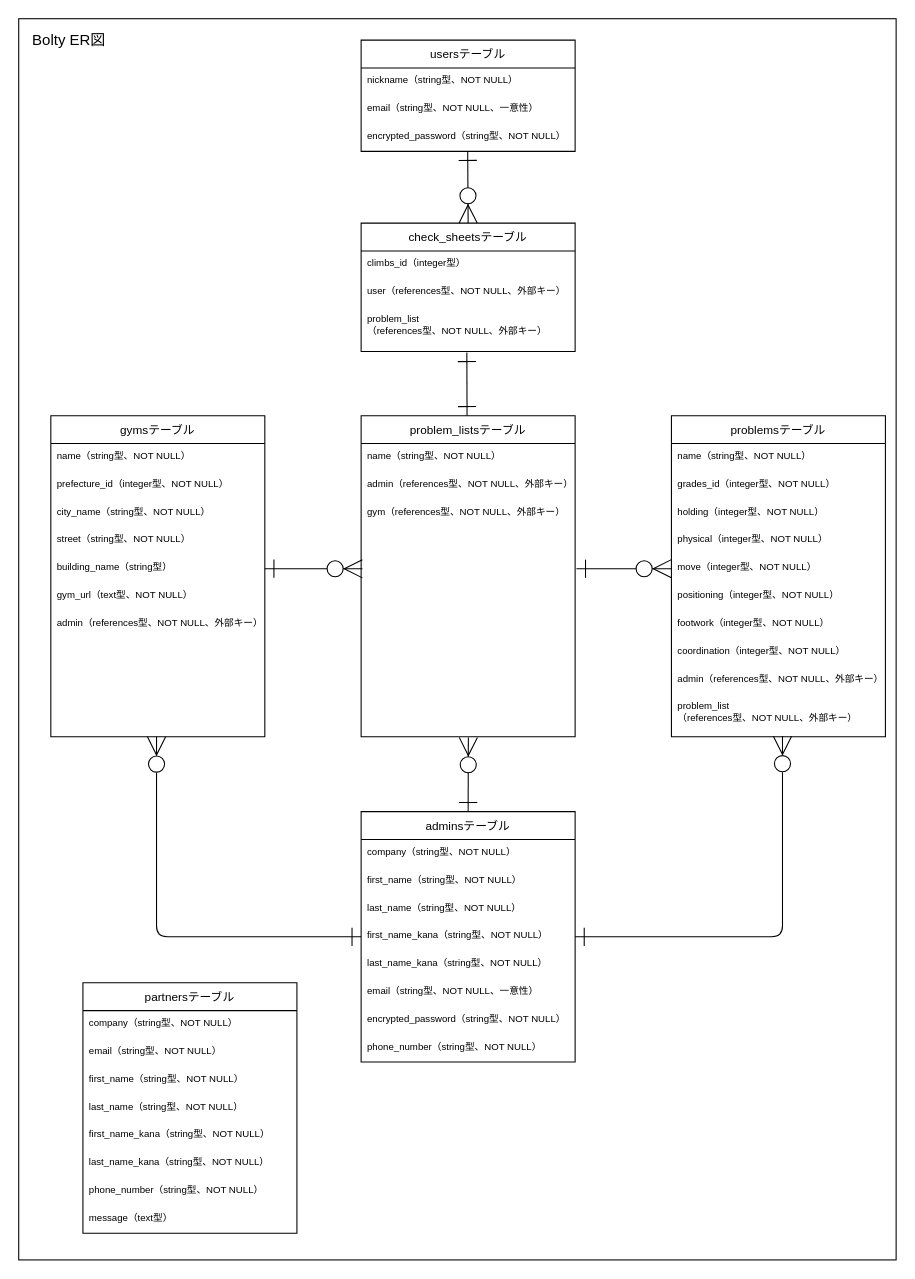
Earlier version of the draw.io diagram ER.drawio (kazukiwada01/bolty). Source tidied: cells renumbered, new cells numbered last; positions are measured from the earlier drawing's top-left corner, leaving out a move shared by most shapes. Both pictures are drawn from the tidied source at 107%, with x=0, y=0 at pixel (18, 18).
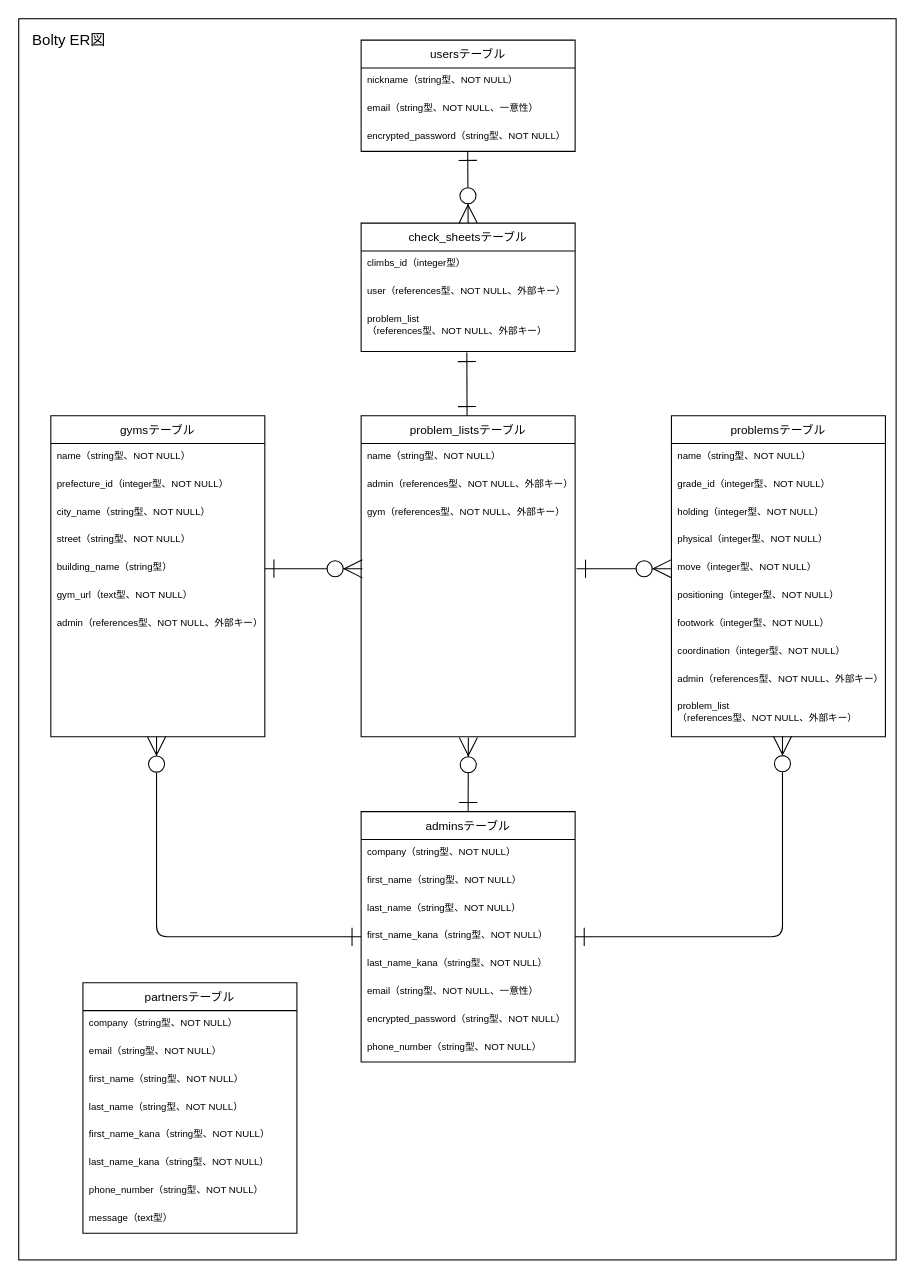
The same diagram, later.

Unchanged cells that the change refers to:
```xml
<mxCell id="25" value="problemsテーブル" style="swimlane;fontStyle=0;horizontal=1;startSize=26;fontSize=11;fillColor=#FFFFFF;fontColor=#000000;strokeColor=#000000;" parent="1" vertex="1">
  <mxGeometry x="610" y="371" width="200" height="300" as="geometry" />
</mxCell>
```

Change to the diagram source:
```diff
@@
-    <mxCell id="27" value="grades_id（integer型、NOT NULL）" style="text;strokeColor=none;fillColor=none;align=left;verticalAlign=top;spacingLeft=4;spacingRight=4;overflow=hidden;fontColor=#000000;fontSize=9;" parent="25" vertex="1">
+    <mxCell id="27" value="grade_id（integer型、NOT NULL）" style="text;strokeColor=none;fillColor=none;align=left;verticalAlign=top;spacingLeft=4;spacingRight=4;overflow=hidden;fontColor=#000000;fontSize=9;" parent="25" vertex="1">
       <mxGeometry y="52" width="200" height="26" as="geometry" />
     </mxCell>
```
